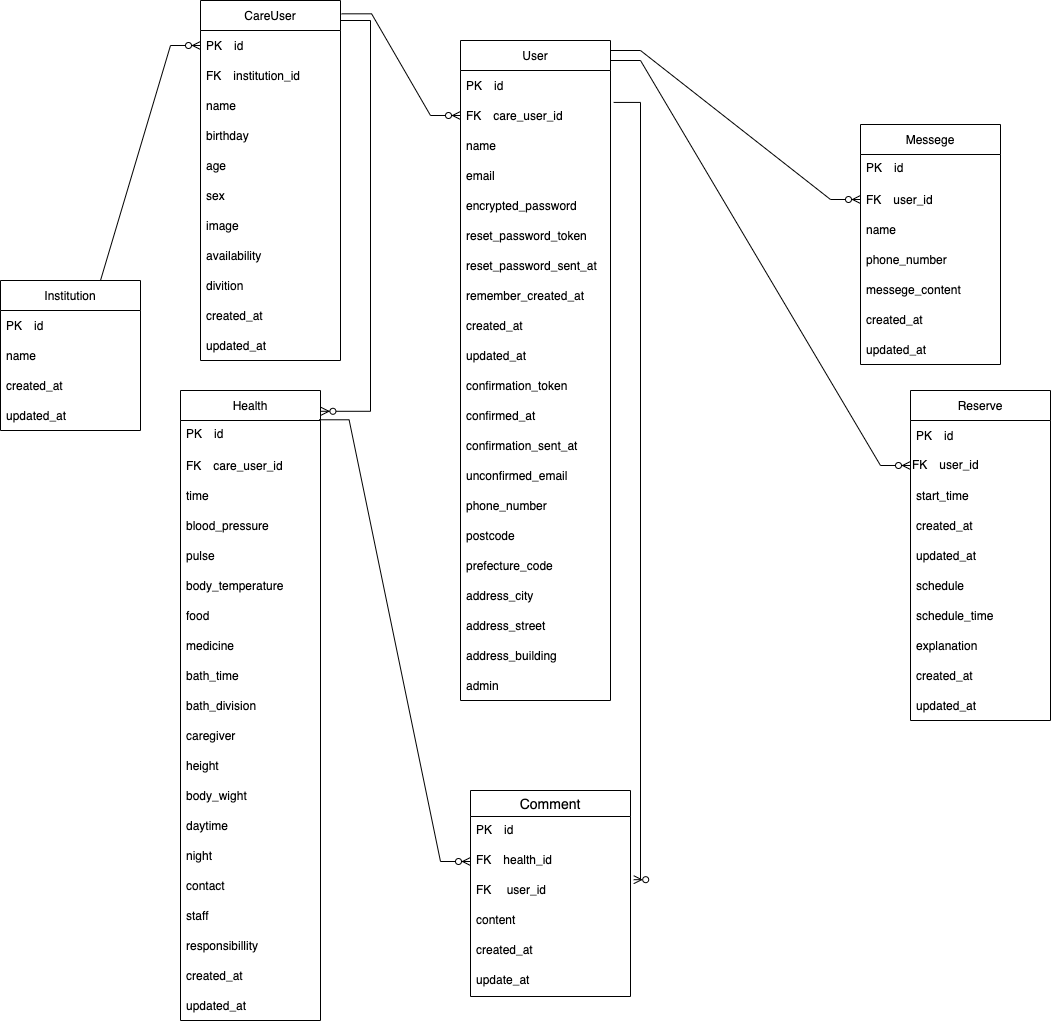
Before: ER図.png, a diagram exported from draw.io (tadao050707/rika_san_app). Source tidied: cells renumbered, new cells last; positions are measured from the earlier drawing's top-left corner, leaving out a move shared by most shapes.
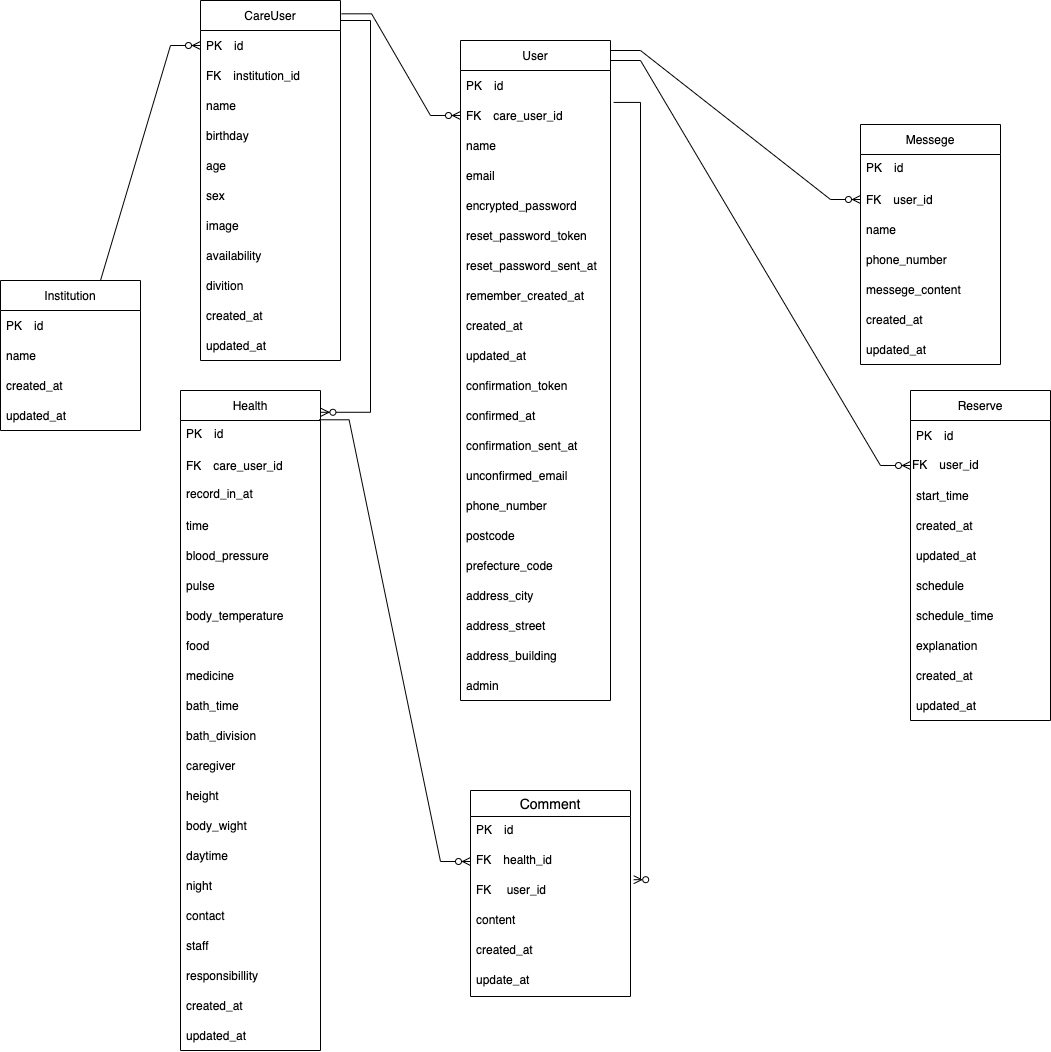
The same file after the commit.

Diff of the diagram source:
```diff
@@ -120,7 +120,7 @@
       <mxGeometry y="330" width="140" height="30" as="geometry" />
     </mxCell>
     <mxCell id="41" value="Health" style="swimlane;fontStyle=0;horizontal=1;startSize=30;" parent="1" vertex="1">
-      <mxGeometry x="180" y="390" width="140" height="630" as="geometry" />
+      <mxGeometry x="180" y="390" width="140" height="660" as="geometry" />
     </mxCell>
     <mxCell id="42" value="PK　id" style="text;strokeColor=none;fillColor=none;spacingLeft=4;spacingRight=4;overflow=hidden;points=[[0,0.5],[1,0.5]];portConstraint=eastwest;fontSize=12;" parent="41" vertex="1">
       <mxGeometry y="30" width="140" height="30" as="geometry" />
@@ -128,59 +128,62 @@
     <mxCell id="43" value="FK　care_user_id" style="text;strokeColor=none;fillColor=none;align=left;verticalAlign=middle;spacingLeft=4;spacingRight=4;overflow=hidden;" parent="41" vertex="1">
       <mxGeometry y="60" width="140" height="30" as="geometry" />
     </mxCell>
+    <mxCell id="95" value="record_in_at" style="text;strokeColor=none;fillColor=none;spacingLeft=4;spacingRight=4;overflow=hidden;fontSize=12;" parent="41" vertex="1">
+      <mxGeometry y="90" width="140" height="30" as="geometry" />
+    </mxCell>
     <mxCell id="44" value="time" style="text;strokeColor=none;fillColor=none;align=left;verticalAlign=middle;spacingLeft=4;spacingRight=4;overflow=hidden;" parent="41" vertex="1">
-      <mxGeometry y="90" width="140" height="30" as="geometry" />
+      <mxGeometry y="120" width="140" height="30" as="geometry" />
     </mxCell>
     <mxCell id="45" value="blood_pressure" style="text;strokeColor=none;fillColor=none;align=left;verticalAlign=middle;spacingLeft=4;spacingRight=4;overflow=hidden;" parent="41" vertex="1">
-      <mxGeometry y="120" width="140" height="30" as="geometry" />
+      <mxGeometry y="150" width="140" height="30" as="geometry" />
     </mxCell>
     <mxCell id="46" value="pulse" style="text;strokeColor=none;fillColor=none;align=left;verticalAlign=middle;spacingLeft=4;spacingRight=4;overflow=hidden;" parent="41" vertex="1">
-      <mxGeometry y="150" width="140" height="30" as="geometry" />
+      <mxGeometry y="180" width="140" height="30" as="geometry" />
     </mxCell>
     <mxCell id="47" value="body_temperature" style="text;strokeColor=none;fillColor=none;align=left;verticalAlign=middle;spacingLeft=4;spacingRight=4;overflow=hidden;" parent="41" vertex="1">
-      <mxGeometry y="180" width="140" height="30" as="geometry" />
+      <mxGeometry y="210" width="140" height="30" as="geometry" />
     </mxCell>
     <mxCell id="48" value="food" style="text;strokeColor=none;fillColor=none;align=left;verticalAlign=middle;spacingLeft=4;spacingRight=4;overflow=hidden;" parent="41" vertex="1">
-      <mxGeometry y="210" width="140" height="30" as="geometry" />
+      <mxGeometry y="240" width="140" height="30" as="geometry" />
     </mxCell>
     <mxCell id="49" value="medicine" style="text;strokeColor=none;fillColor=none;align=left;verticalAlign=middle;spacingLeft=4;spacingRight=4;overflow=hidden;" parent="41" vertex="1">
-      <mxGeometry y="240" width="140" height="30" as="geometry" />
+      <mxGeometry y="270" width="140" height="30" as="geometry" />
     </mxCell>
     <mxCell id="50" value="bath_time" style="text;strokeColor=none;fillColor=none;align=left;verticalAlign=middle;spacingLeft=4;spacingRight=4;overflow=hidden;" parent="41" vertex="1">
-      <mxGeometry y="270" width="140" height="30" as="geometry" />
+      <mxGeometry y="300" width="140" height="30" as="geometry" />
     </mxCell>
     <mxCell id="51" value="bath_division" style="text;strokeColor=none;fillColor=none;align=left;verticalAlign=middle;spacingLeft=4;spacingRight=4;overflow=hidden;" parent="41" vertex="1">
-      <mxGeometry y="300" width="140" height="30" as="geometry" />
+      <mxGeometry y="330" width="140" height="30" as="geometry" />
     </mxCell>
     <mxCell id="52" value="caregiver" style="text;strokeColor=none;fillColor=none;align=left;verticalAlign=middle;spacingLeft=4;spacingRight=4;overflow=hidden;" parent="41" vertex="1">
-      <mxGeometry y="330" width="140" height="30" as="geometry" />
+      <mxGeometry y="360" width="140" height="30" as="geometry" />
     </mxCell>
     <mxCell id="53" value="height" style="text;strokeColor=none;fillColor=none;align=left;verticalAlign=middle;spacingLeft=4;spacingRight=4;overflow=hidden;" parent="41" vertex="1">
-      <mxGeometry y="360" width="140" height="30" as="geometry" />
+      <mxGeometry y="390" width="140" height="30" as="geometry" />
     </mxCell>
     <mxCell id="54" value="body_wight" style="text;strokeColor=none;fillColor=none;align=left;verticalAlign=middle;spacingLeft=4;spacingRight=4;overflow=hidden;" parent="41" vertex="1">
-      <mxGeometry y="390" width="140" height="30" as="geometry" />
+      <mxGeometry y="420" width="140" height="30" as="geometry" />
     </mxCell>
     <mxCell id="55" value="daytime" style="text;strokeColor=none;fillColor=none;align=left;verticalAlign=middle;spacingLeft=4;spacingRight=4;overflow=hidden;" parent="41" vertex="1">
-      <mxGeometry y="420" width="140" height="30" as="geometry" />
+      <mxGeometry y="450" width="140" height="30" as="geometry" />
     </mxCell>
     <mxCell id="56" value="night" style="text;strokeColor=none;fillColor=none;align=left;verticalAlign=middle;spacingLeft=4;spacingRight=4;overflow=hidden;" parent="41" vertex="1">
-      <mxGeometry y="450" width="140" height="30" as="geometry" />
+      <mxGeometry y="480" width="140" height="30" as="geometry" />
     </mxCell>
     <mxCell id="57" value="contact" style="text;strokeColor=none;fillColor=none;align=left;verticalAlign=middle;spacingLeft=4;spacingRight=4;overflow=hidden;" parent="41" vertex="1">
-      <mxGeometry y="480" width="140" height="30" as="geometry" />
+      <mxGeometry y="510" width="140" height="30" as="geometry" />
     </mxCell>
     <mxCell id="58" value="staff" style="text;strokeColor=none;fillColor=none;align=left;verticalAlign=middle;spacingLeft=4;spacingRight=4;overflow=hidden;" parent="41" vertex="1">
-      <mxGeometry y="510" width="140" height="30" as="geometry" />
+      <mxGeometry y="540" width="140" height="30" as="geometry" />
     </mxCell>
     <mxCell id="59" value="responsibillity" style="text;strokeColor=none;fillColor=none;align=left;verticalAlign=middle;spacingLeft=4;spacingRight=4;overflow=hidden;" parent="41" vertex="1">
-      <mxGeometry y="540" width="140" height="30" as="geometry" />
+      <mxGeometry y="570" width="140" height="30" as="geometry" />
     </mxCell>
     <mxCell id="60" value="created_at" style="text;strokeColor=none;fillColor=none;align=left;verticalAlign=middle;spacingLeft=4;spacingRight=4;overflow=hidden;" parent="41" vertex="1">
-      <mxGeometry y="570" width="140" height="30" as="geometry" />
+      <mxGeometry y="600" width="140" height="30" as="geometry" />
     </mxCell>
     <mxCell id="61" value="updated_at" style="text;strokeColor=none;fillColor=none;align=left;verticalAlign=middle;spacingLeft=4;spacingRight=4;overflow=hidden;" parent="41" vertex="1">
-      <mxGeometry y="600" width="140" height="30" as="geometry" />
+      <mxGeometry y="630" width="140" height="30" as="geometry" />
     </mxCell>
     <mxCell id="62" value="Reserve" style="swimlane;fontStyle=0;horizontal=1;startSize=30;" parent="1" vertex="1">
       <mxGeometry x="910" y="390" width="140" height="330" as="geometry" />
```
